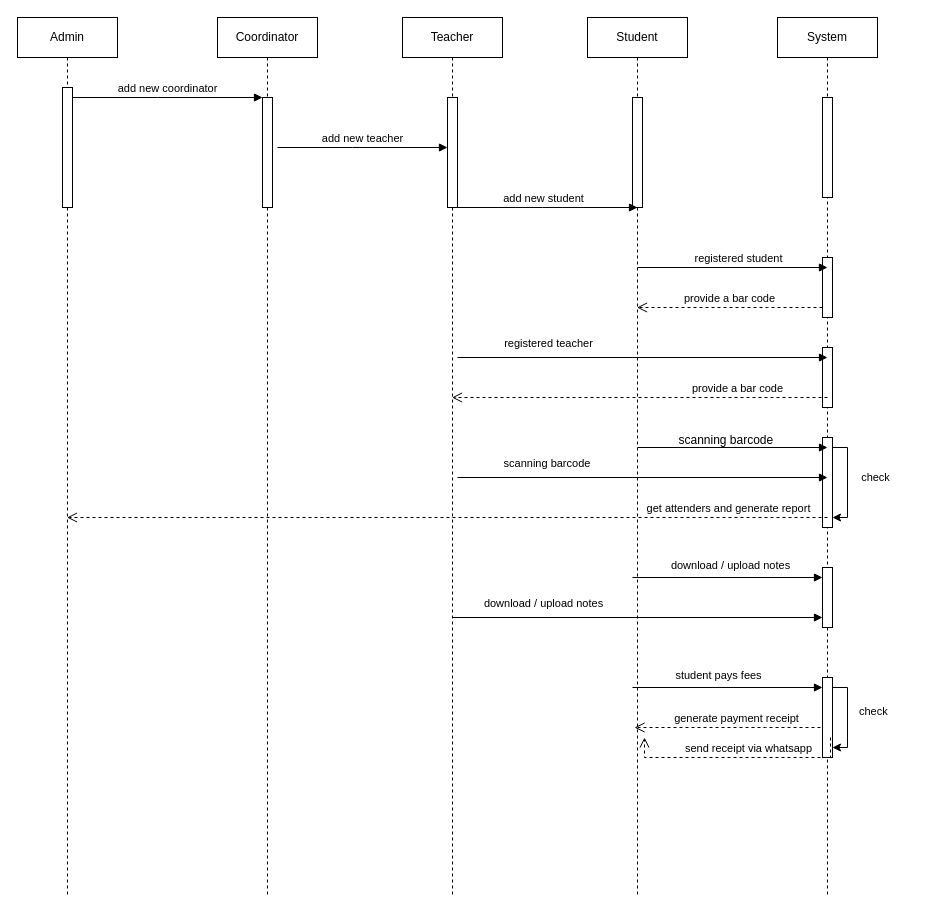
Earlier version of the draw.io diagram sequenses diagram.drawio (Dulara-Akalanka/Group-Software-Project). Source tidied: cells renumbered, new cells numbered last; positions are measured from the earlier drawing's top-left corner, leaving out a move shared by most shapes. Both pictures are drawn from the tidied source at 100%, with x=0, y=0 at pixel (17, 17).
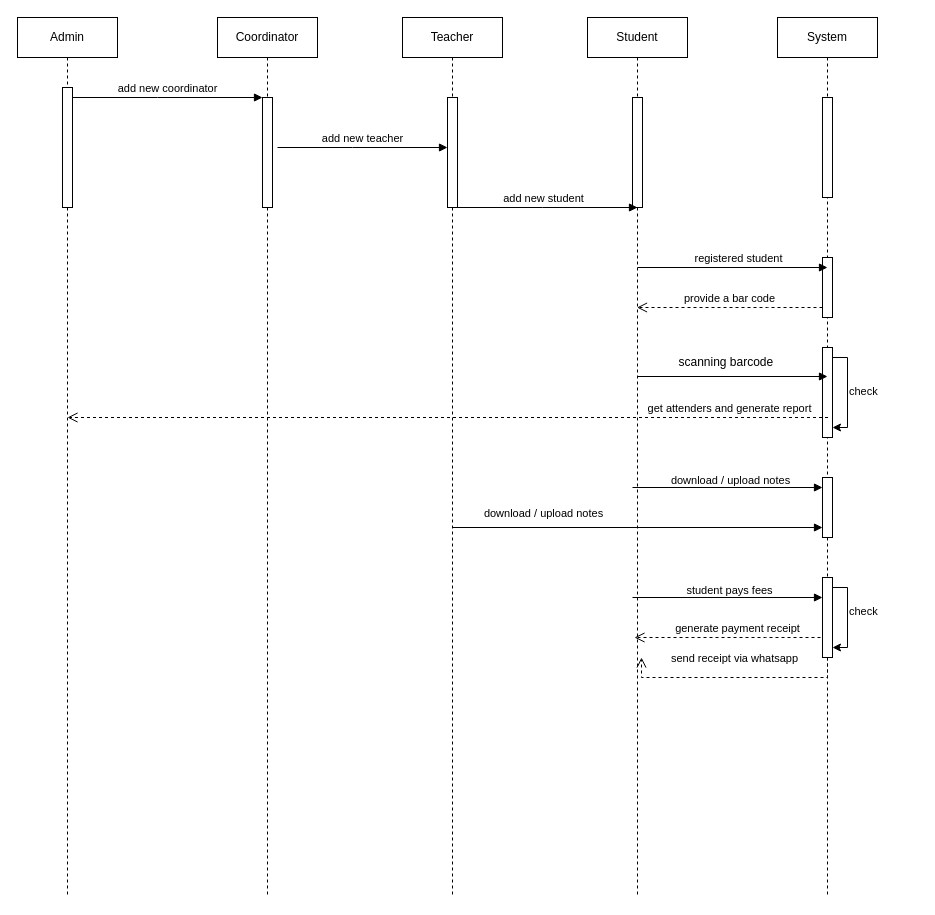
Above is the later version.

Unchanged cells that the change refers to:
```xml
<mxCell id="2" value="Admin" style="shape=umlLifeline;perimeter=lifelinePerimeter;whiteSpace=wrap;html=1;outlineConnect=0;portConstraint=eastwest;newEdgeStyle={&quot;edgeStyle&quot;:&quot;elbowEdgeStyle&quot;,&quot;elbow&quot;:&quot;vertical&quot;,&quot;curved&quot;:0,&quot;rounded&quot;:0};" parent="1" vertex="1">
  <mxGeometry width="100" height="880" as="geometry" />
</mxCell>
<mxCell id="7" value="Teacher" style="shape=umlLifeline;perimeter=lifelinePerimeter;whiteSpace=wrap;html=1;outlineConnect=0;portConstraint=eastwest;newEdgeStyle={&quot;edgeStyle&quot;:&quot;elbowEdgeStyle&quot;,&quot;elbow&quot;:&quot;vertical&quot;,&quot;curved&quot;:0,&quot;rounded&quot;:0};" parent="1" vertex="1">
  <mxGeometry x="385" width="100" height="880" as="geometry" />
</mxCell>
<mxCell id="11" value="System" style="shape=umlLifeline;perimeter=lifelinePerimeter;whiteSpace=wrap;html=1;outlineConnect=0;portConstraint=eastwest;newEdgeStyle={&quot;edgeStyle&quot;:&quot;elbowEdgeStyle&quot;,&quot;elbow&quot;:&quot;vertical&quot;,&quot;curved&quot;:0,&quot;rounded&quot;:0};" parent="1" vertex="1">
  <mxGeometry x="760" width="100" height="880" as="geometry" />
</mxCell>
```

The edit, as a diff of the source:
```diff
@@
-    <mxCell id="14" style="html=1;points=[];perimeter=orthogonalPerimeter;outlineConnect=0;targetShapes=umlLifeline;portConstraint=eastwest;newEdgeStyle={&quot;edgeStyle&quot;:&quot;elbowEdgeStyle&quot;,&quot;elbow&quot;:&quot;vertical&quot;,&quot;curved&quot;:0,&quot;rounded&quot;:0};" parent="11" vertex="1">
-      <mxGeometry x="45" y="330" width="10" height="60" as="geometry" />
-    </mxCell>
     <mxCell id="15" style="html=1;points=[];perimeter=orthogonalPerimeter;outlineConnect=0;targetShapes=umlLifeline;portConstraint=eastwest;newEdgeStyle={&quot;edgeStyle&quot;:&quot;elbowEdgeStyle&quot;,&quot;elbow&quot;:&quot;vertical&quot;,&quot;curved&quot;:0,&quot;rounded&quot;:0};" parent="11" vertex="1">
-      <mxGeometry x="45" y="420" width="10" height="90" as="geometry" />
+      <mxGeometry x="45" y="330" width="10" height="90" as="geometry" />
     </mxCell>
     <mxCell id="16" style="html=1;perimeter=orthogonalPerimeter;targetShapes=umlLifeline;newEdgeStyle={&quot;edgeStyle&quot;:&quot;elbowEdgeStyle&quot;,&quot;elbow&quot;:&quot;vertical&quot;,&quot;curved&quot;:0,&quot;rounded&quot;:0};" parent="11" vertex="1">
-      <mxGeometry x="45" y="550" width="10" height="60" as="geometry" />
+      <mxGeometry x="45" y="460" width="10" height="60" as="geometry" />
     </mxCell>
     <mxCell id="17" style="html=1;points=[];perimeter=orthogonalPerimeter;outlineConnect=0;targetShapes=umlLifeline;portConstraint=eastwest;newEdgeStyle={&quot;edgeStyle&quot;:&quot;elbowEdgeStyle&quot;,&quot;elbow&quot;:&quot;vertical&quot;,&quot;curved&quot;:0,&quot;rounded&quot;:0};" parent="11" vertex="1">
-      <mxGeometry x="45" y="660" width="10" height="80" as="geometry" />
+      <mxGeometry x="45" y="560" width="10" height="80" as="geometry" />
     </mxCell>
-    <mxCell id="18" style="edgeStyle=elbowEdgeStyle;rounded=0;jettySize=auto;html=1;elbow=horizontal;curved=0;" parent="11" edge="1" source="14" target="11">
-      <mxGeometry relative="1" as="geometry" />
+    <mxCell id="18" style="edgeStyle=elbowEdgeStyle;rounded=0;jettySize=auto;html=1;elbow=horizontal;curved=0;" parent="11" edge="1" target="11">
+      <mxGeometry relative="1" as="geometry">
+        <mxPoint x="50" y="360" as="sourcePoint" />
+      </mxGeometry>
     </mxCell>
     <mxCell id="19" style="edgeStyle=elbowEdgeStyle;rounded=0;orthogonalLoop=1;jettySize=auto;html=1;elbow=vertical;curved=0;" parent="11" edge="1" source="15" target="15">
       <mxGeometry relative="1" as="geometry">
         <Array as="points">
-          <mxPoint x="70" y="500" />
+          <mxPoint x="70" y="340" />
         </Array>
       </mxGeometry>
     </mxCell>
-    <mxCell id="20" style="edgeStyle=elbowEdgeStyle;rounded=0;orthogonalLoop=1;jettySize=auto;html=1;elbow=horizontal;curved=0;" parent="11" edge="1" source="17" target="17">
+    <mxCell id="20" style="edgeStyle=elbowEdgeStyle;rounded=0;orthogonalLoop=1;jettySize=auto;html=1;elbow=vertical;curved=0;" parent="11" edge="1" source="17" target="17">
       <mxGeometry relative="1" as="geometry">
         <Array as="points">
-          <mxPoint x="70" y="730" />
+          <mxPoint x="70" y="570" />
         </Array>
       </mxGeometry>
     </mxCell>
@@
-    <mxCell id="26" style="endArrow=block;endFill=1;html=1;edgeStyle=orthogonalEdgeStyle;align=left;verticalAlign=top;rounded=0;" parent="1" edge="1">
-      <mxGeometry x="-1" relative="1" as="geometry">
-        <mxPoint x="440" y="340" as="sourcePoint" />
-        <mxPoint x="810" y="340" as="targetPoint" />
-      </mxGeometry>
-    </mxCell>
-    <mxCell id="27" value="registered teacher" style="edgeLabel;html=1;align=center;verticalAlign=middle;" parent="26" vertex="1">
-      <mxGeometry x="0.61" y="4" relative="1" as="geometry">
-        <mxPoint x="-208" y="-11" as="offset" />
-      </mxGeometry>
-    </mxCell>
-    <mxCell id="28" value="provide a bar code" style="html=1;verticalAlign=bottom;endArrow=open;dashed=1;endSize=8;edgeStyle=elbowEdgeStyle;elbow=vertical;curved=0;rounded=0;" parent="1" edge="1" target="7">
-      <mxGeometry x="-0.52" relative="1" as="geometry">
-        <mxPoint x="810" y="380" as="sourcePoint" />
-        <Array as="points">
-          <mxPoint x="755" y="380" />
-        </Array>
-      </mxGeometry>
-    </mxCell>
-    <mxCell id="29" style="endArrow=block;endFill=1;html=1;edgeStyle=orthogonalEdgeStyle;align=left;verticalAlign=top;rounded=0;" parent="1" edge="1">
-      <mxGeometry x="-1" relative="1" as="geometry">
-        <mxPoint x="440" y="460" as="sourcePoint" />
-        <mxPoint x="810" y="460" as="targetPoint" />
-      </mxGeometry>
-    </mxCell>
-    <mxCell id="30" value="scanning barcode&amp;nbsp;" style="edgeLabel;html=1;align=center;verticalAlign=middle;" parent="29" vertex="1">
-      <mxGeometry x="0.61" y="4" relative="1" as="geometry">
-        <mxPoint x="-208" y="-11" as="offset" />
-      </mxGeometry>
-    </mxCell>
     <mxCell id="31" style="endArrow=block;endFill=1;html=1;edgeStyle=orthogonalEdgeStyle;align=left;verticalAlign=top;rounded=0;" parent="1" edge="1">
       <mxGeometry x="-1" relative="1" as="geometry">
-        <mxPoint x="620" y="430" as="sourcePoint" />
-        <mxPoint x="810" y="430" as="targetPoint" />
+        <mxPoint x="620" y="359" as="sourcePoint" />
+        <mxPoint x="810" y="359" as="targetPoint" />
       </mxGeometry>
     </mxCell>
-    <mxCell id="32" value="get attenders and generate report" style="html=1;verticalAlign=bottom;endArrow=open;dashed=1;endSize=8;edgeStyle=elbowEdgeStyle;elbow=vertical;curved=0;rounded=0;" parent="1" edge="1" target="2">
+    <mxCell id="32" value="get attenders and generate report" style="html=1;verticalAlign=bottom;endArrow=open;dashed=1;endSize=8;edgeStyle=elbowEdgeStyle;elbow=vertical;curved=0;rounded=0;" parent="1" edge="1">
       <mxGeometry x="-0.74" relative="1" as="geometry">
-        <mxPoint x="810" y="500" as="sourcePoint" />
+        <mxPoint x="810.5" y="400" as="sourcePoint" />
+        <mxPoint x="50" y="400" as="targetPoint" />
         <Array as="points">
-          <mxPoint x="755" y="500" />
+          <mxPoint x="755.5" y="400" />
         </Array>
       </mxGeometry>
     </mxCell>
     <mxCell id="33" value="scanning barcode&amp;nbsp;" style="text;html=1;align=center;verticalAlign=middle;strokeColor=none;fillColor=none;" parent="1" vertex="1">
-      <mxGeometry x="650" y="408" width="120" height="30" as="geometry" />
+      <mxGeometry x="650" y="330" width="120" height="30" as="geometry" />
     </mxCell>
     <mxCell id="34" style="endArrow=block;endFill=1;html=1;edgeStyle=orthogonalEdgeStyle;align=left;verticalAlign=top;rounded=0;" parent="1" edge="1">
       <mxGeometry x="-1" relative="1" as="geometry">
-        <mxPoint x="615" y="560" as="sourcePoint" />
-        <mxPoint x="805" y="560" as="targetPoint" />
+        <mxPoint x="615" y="470" as="sourcePoint" />
+        <mxPoint x="805" y="470" as="targetPoint" />
       </mxGeometry>
     </mxCell>
     <mxCell id="35" value="download / upload notes" style="edgeLabel;html=1;align=center;verticalAlign=middle;" parent="1" vertex="1">
-      <mxGeometry x="539.8" y="455" as="geometry">
+      <mxGeometry x="539.8" y="370" as="geometry">
         <mxPoint x="173" y="92" as="offset" />
       </mxGeometry>
     </mxCell>
     <mxCell id="36" style="endArrow=block;endFill=1;html=1;edgeStyle=orthogonalEdgeStyle;align=left;verticalAlign=top;rounded=0;" parent="1" edge="1">
       <mxGeometry x="-1" relative="1" as="geometry">
-        <mxPoint x="435" y="600" as="sourcePoint" />
-        <mxPoint x="805" y="600" as="targetPoint" />
+        <mxPoint x="435" y="510" as="sourcePoint" />
+        <mxPoint x="805" y="510" as="targetPoint" />
       </mxGeometry>
     </mxCell>
@@
     <mxCell id="38" style="endArrow=block;endFill=1;html=1;edgeStyle=orthogonalEdgeStyle;align=left;verticalAlign=top;rounded=0;" parent="1" edge="1">
       <mxGeometry x="-1" relative="1" as="geometry">
-        <mxPoint x="615" y="670" as="sourcePoint" />
-        <mxPoint x="805" y="670" as="targetPoint" />
+        <mxPoint x="615" y="580" as="sourcePoint" />
+        <mxPoint x="805" y="580" as="targetPoint" />
       </mxGeometry>
     </mxCell>
     <mxCell id="39" value="student pays fees" style="edgeLabel;html=1;align=center;verticalAlign=middle;" parent="1" vertex="1">
-      <mxGeometry x="539.8" y="455" as="geometry">
+      <mxGeometry x="550" y="370" as="geometry">
         <mxPoint x="161" y="202" as="offset" />
       </mxGeometry>
     </mxCell>
     <mxCell id="40" value="generate payment receipt" style="html=1;verticalAlign=bottom;endArrow=open;dashed=1;endSize=8;edgeStyle=elbowEdgeStyle;elbow=vertical;curved=0;rounded=0;" parent="1" edge="1">
-      <mxGeometry x="-0.1" relative="1" as="geometry">
-        <mxPoint x="803" y="710" as="sourcePoint" />
-        <mxPoint x="617" y="710" as="targetPoint" />
+      <mxGeometry x="-0.11" relative="1" as="geometry">
+        <mxPoint x="803" y="620" as="sourcePoint" />
+        <mxPoint x="617" y="620" as="targetPoint" />
         <Array as="points">
-          <mxPoint x="748" y="710" />
+          <mxPoint x="748" y="620" />
         </Array>
       </mxGeometry>
     </mxCell>
     <mxCell id="41" value="send receipt via whatsapp" style="html=1;verticalAlign=bottom;endArrow=open;dashed=1;endSize=8;edgeStyle=elbowEdgeStyle;elbow=vertical;curved=0;rounded=0;" parent="1" edge="1">
-      <mxGeometry x="-0.1" relative="1" as="geometry">
-        <mxPoint x="813" y="720" as="sourcePoint" />
-        <mxPoint x="627" y="720" as="targetPoint" />
+      <mxGeometry y="-10" relative="1" as="geometry">
+        <mxPoint x="810" y="640" as="sourcePoint" />
+        <mxPoint x="624" y="640" as="targetPoint" />
         <Array as="points">
-          <mxPoint x="750" y="740" />
+          <mxPoint x="747" y="660" />
         </Array>
       </mxGeometry>
     </mxCell>
+    <mxCell id="43" value="&lt;span style=&quot;color: rgb(0, 0, 0); font-family: Helvetica; font-size: 11px; font-style: normal; font-variant-ligatures: normal; font-variant-caps: normal; font-weight: 400; letter-spacing: normal; orphans: 2; text-align: center; text-indent: 0px; text-transform: none; widows: 2; word-spacing: 0px; -webkit-text-stroke-width: 0px; background-color: rgb(255, 255, 255); text-decoration-thickness: initial; text-decoration-style: initial; text-decoration-color: initial; float: none; display: inline !important;&quot;&gt;check&lt;/span&gt;" style="text;whiteSpace=wrap;html=1;" parent="1" vertex="1">
+      <mxGeometry x="830" y="580" width="60" height="40" as="geometry" />
+    </mxCell>
-    <mxCell id="42" value="check" style="edgeLabel;html=1;align=center;verticalAlign=middle;" parent="1" vertex="1">
-      <mxGeometry x="740" y="350" as="geometry">
-        <mxPoint x="117" y="109" as="offset" />
-      </mxGeometry>
+    <mxCell id="42" value="&lt;span style=&quot;color: rgb(0, 0, 0); font-family: Helvetica; font-size: 11px; font-style: normal; font-variant-ligatures: normal; font-variant-caps: normal; font-weight: 400; letter-spacing: normal; orphans: 2; text-align: center; text-indent: 0px; text-transform: none; widows: 2; word-spacing: 0px; -webkit-text-stroke-width: 0px; background-color: rgb(255, 255, 255); text-decoration-thickness: initial; text-decoration-style: initial; text-decoration-color: initial; float: none; display: inline !important;&quot;&gt;check&lt;/span&gt;" style="text;whiteSpace=wrap;html=1;" parent="1" vertex="1">
+      <mxGeometry x="830" y="360" width="60" height="40" as="geometry" />
     </mxCell>
-    <mxCell id="43" value="&lt;span style=&quot;color: rgb(0, 0, 0); font-family: Helvetica; font-size: 11px; font-style: normal; font-variant-ligatures: normal; font-variant-caps: normal; font-weight: 400; letter-spacing: normal; orphans: 2; text-align: center; text-indent: 0px; text-transform: none; widows: 2; word-spacing: 0px; -webkit-text-stroke-width: 0px; background-color: rgb(255, 255, 255); text-decoration-thickness: initial; text-decoration-style: initial; text-decoration-color: initial; float: none; display: inline !important;&quot;&gt;check&lt;/span&gt;" style="text;whiteSpace=wrap;html=1;" parent="1" vertex="1">
-      <mxGeometry x="840" y="680" width="60" height="40" as="geometry" />
-    </mxCell>
```
